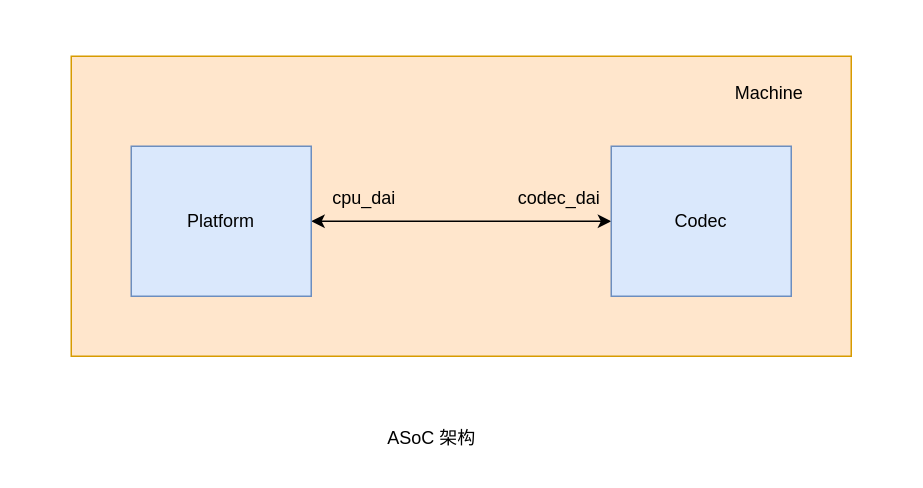
Earlier version of the draw.io diagram Linux ALSA 之ASOC 架构.drawio (Vinson-001/Blog-flow-chart). Source tidied: cells renumbered, new cells numbered last; positions are measured from the earlier drawing's top-left corner, leaving out a move shared by most shapes. Both pictures are drawn from the tidied source at 150%, with x=0, y=0 at pixel (70, 56).
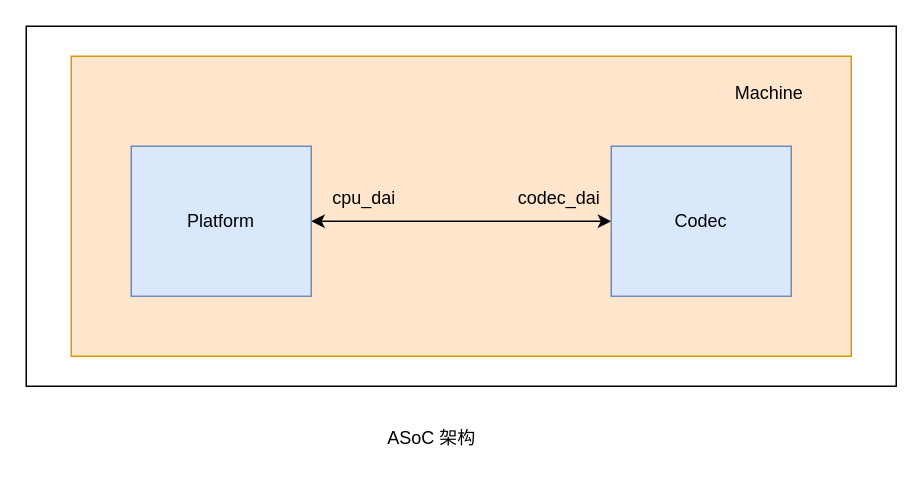
Above is the later version.

Commit message:
更新Linux ALSA 之ASOC 架构.drawio

The edit, as a diff of the source:
```diff
@@
 <mxGraphModel>
   <root>
     <mxCell id="0" />
     <mxCell id="1" parent="0" />
     <mxCell id="2" style="rounded=0;whiteSpace=wrap;html=1;fillColor=#ffe6cc;strokeColor=#d79b00;" parent="1" vertex="1">
       <mxGeometry width="520" height="200" as="geometry" />
     </mxCell>
     <mxCell id="3" value="Machine" style="text;html=1;align=center;verticalAlign=middle;strokeColor=none;fillColor=none;" parent="1" vertex="1">
       <mxGeometry x="430" y="10" width="70" height="30" as="geometry" />
     </mxCell>
     <mxCell id="4" style="edgeStyle=orthogonalEdgeStyle;rounded=0;jettySize=auto;html=1;startArrow=classic;startFill=1;" parent="1" edge="1" source="5" target="6">
       <mxGeometry relative="1" as="geometry" />
     </mxCell>
     <mxCell id="5" value="Platform" style="rounded=0;whiteSpace=wrap;html=1;fillColor=#dae8fc;strokeColor=#6c8ebf;" parent="1" vertex="1">
       <mxGeometry x="40" y="60" width="120" height="100" as="geometry" />
     </mxCell>
     <mxCell id="6" value="Codec" style="rounded=0;whiteSpace=wrap;html=1;fillColor=#dae8fc;strokeColor=#6c8ebf;" parent="1" vertex="1">
       <mxGeometry x="360" y="60" width="120" height="100" as="geometry" />
     </mxCell>
     <mxCell id="7" value="cpu_dai" style="text;html=1;align=center;verticalAlign=middle;strokeColor=none;fillColor=none;" parent="1" vertex="1">
       <mxGeometry x="160" y="80" width="70" height="30" as="geometry" />
     </mxCell>
     <mxCell id="8" value="codec_dai" style="text;html=1;align=center;verticalAlign=middle;strokeColor=none;fillColor=none;" parent="1" vertex="1">
       <mxGeometry x="285" y="80" width="80" height="30" as="geometry" />
     </mxCell>
     <mxCell id="9" value="ASoC 架构" style="text;html=1;align=center;verticalAlign=middle;strokeColor=none;fillColor=none;" parent="1" vertex="1">
       <mxGeometry x="200" y="240" width="80" height="30" as="geometry" />
     </mxCell>
+    <mxCell id="10" style="rounded=0;whiteSpace=wrap;html=1;fillColor=none;" parent="1" vertex="1">
+      <mxGeometry x="-30" y="-20" width="580" height="240" as="geometry" />
+    </mxCell>
   </root>
 </mxGraphModel>
```
